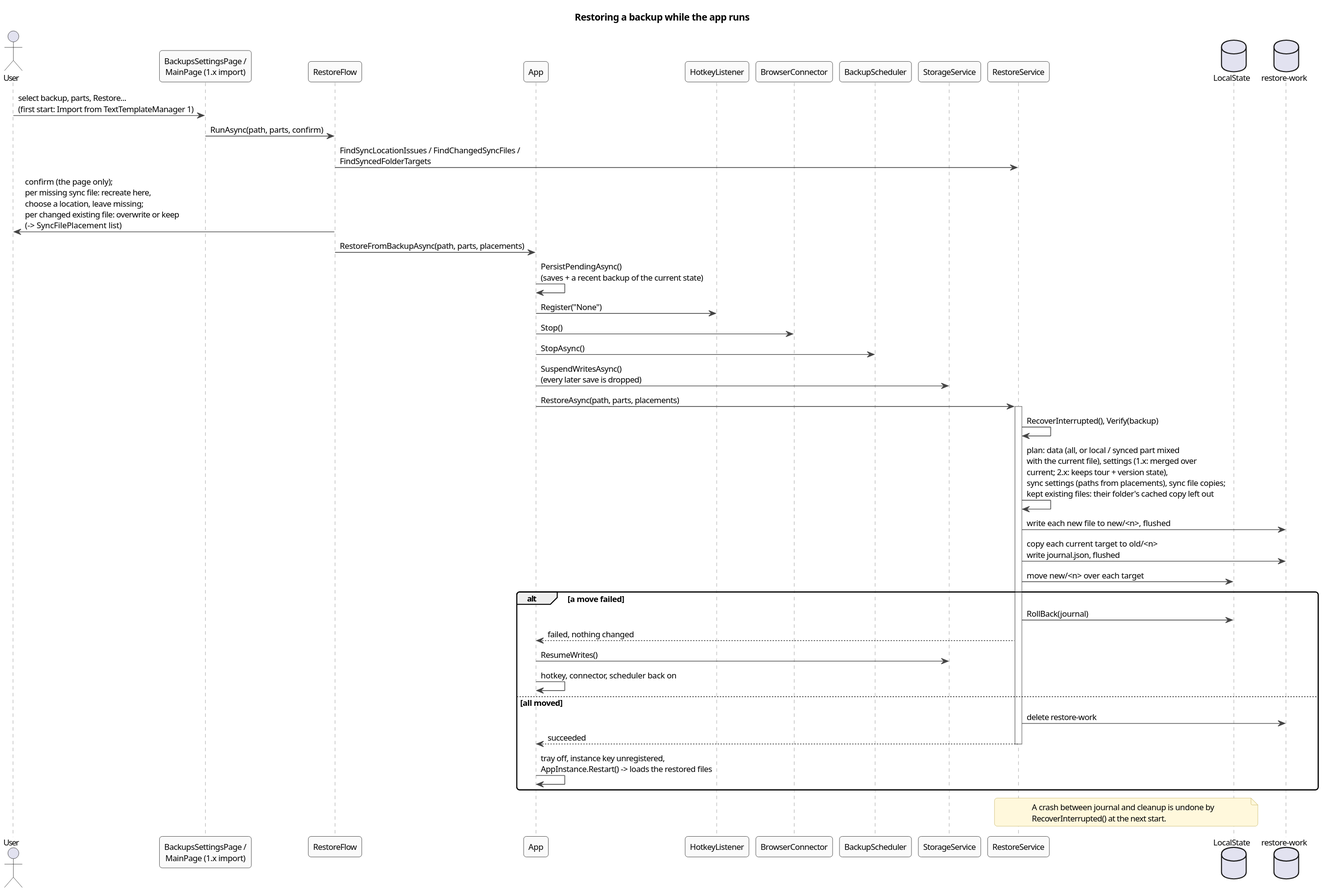
The PlantUML diagram docs/architecture/diagrams/seq-restore.svg in halatsWol/TextTemplateManager-v2, before a commit.
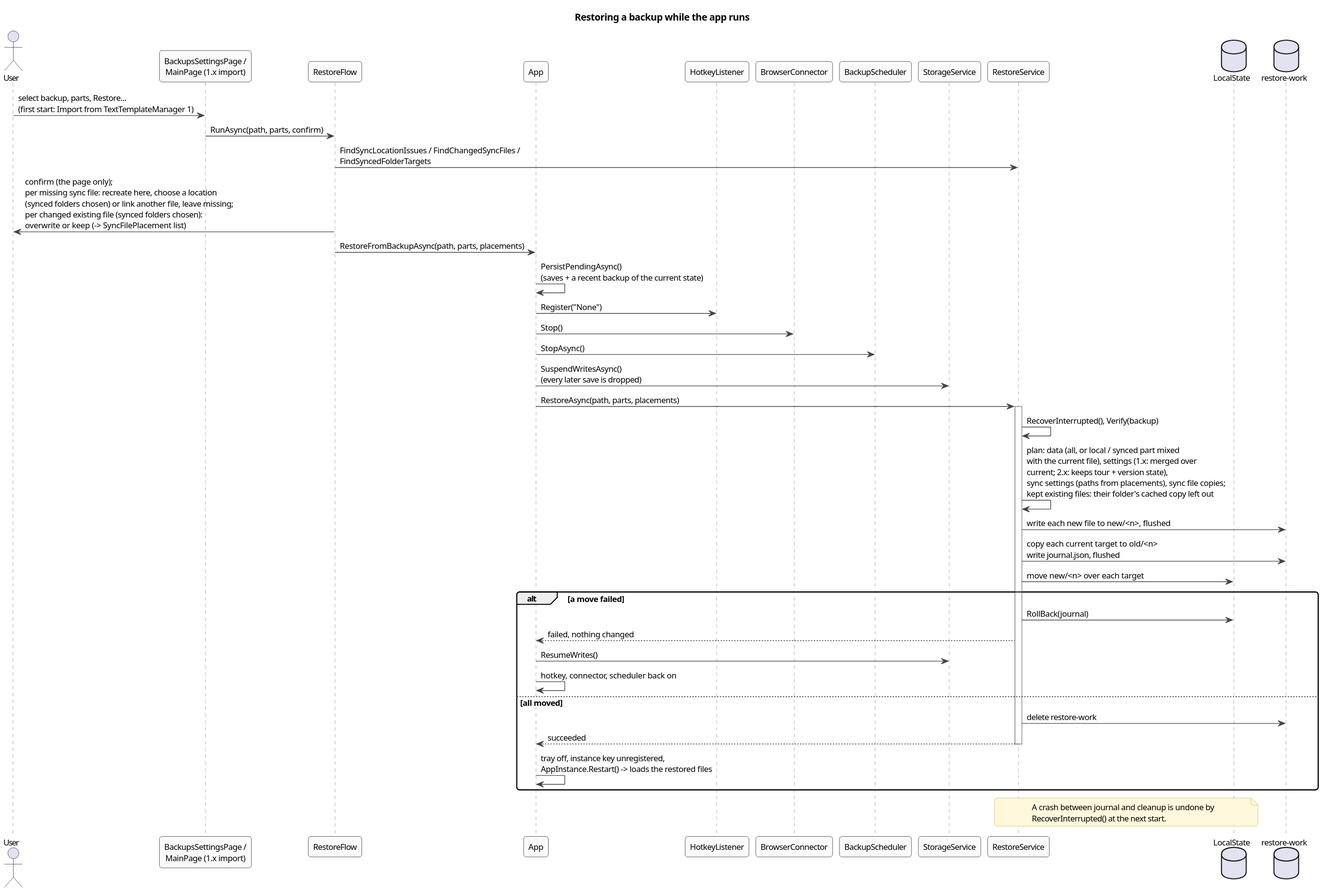
After the commit.

Commit message:
restore: synced folders only when ticked by hand; without them no sync file is written

Change to the diagram source:
```diff
@@ -17,7 +17,7 @@
 User -> Page : select backup, parts, Restore...\n(first start: Import from TextTemplateManager 1)
 Page -> Flow : RunAsync(path, parts, confirm)
 Flow -> RestoreService : FindSyncLocationIssues / FindChangedSyncFiles /\nFindSyncedFolderTargets
-Flow -> User : confirm (the page only);\nper missing sync file: recreate here,\nchoose a location, leave missing;\nper changed existing file: overwrite or keep\n(-> SyncFilePlacement list)
+Flow -> User : confirm (the page only);\nper missing sync file: recreate here, choose a location\n(synced folders chosen) or link another file, leave missing;\nper changed existing file (synced folders chosen):\noverwrite or keep (-> SyncFilePlacement list)
 Flow -> App : RestoreFromBackupAsync(path, parts, placements)
 App -> App : PersistPendingAsync()\n(saves + a recent backup of the current state)
 App -> HotkeyListener : Register("None")
```
